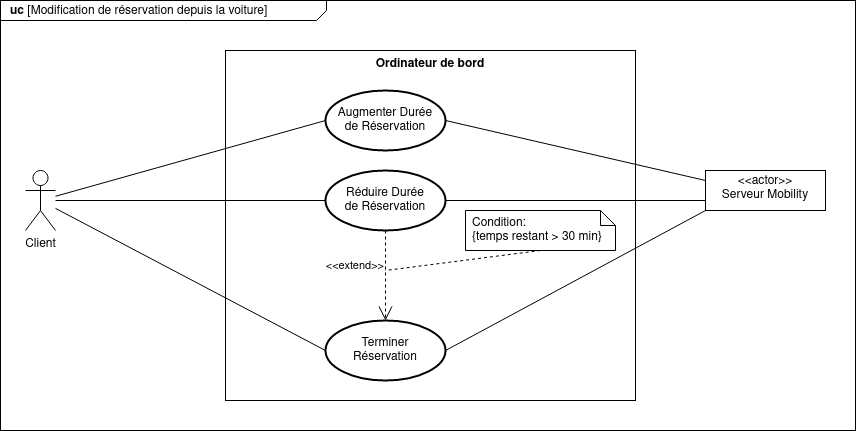
The draw.io diagram diagrammes/uc-modifier_reservation.png in Dalker/ISI-mobility, before a commit. Source tidied: cells renumbered, new cells last; positions are measured from the earlier drawing's top-left corner, leaving out a move shared by most shapes.
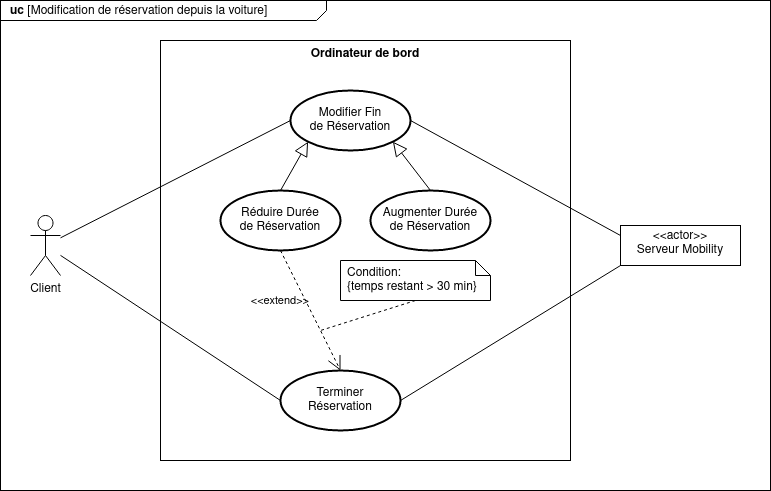
After the commit.

The edit, as a diff of the source:
```diff
@@ -3,56 +3,57 @@
     <mxCell id="0" />
     <mxCell id="1" parent="0" />
     <mxCell id="2" value="&lt;p style=&quot;margin: 0px ; margin-top: 4px ; margin-left: 10px ; text-align: left&quot;&gt;&lt;b&gt;uc &lt;/b&gt;[Modification de réservation depuis la voiture]&lt;/p&gt;" style="html=1;shape=mxgraph.sysml.package;xSize=90;align=left;spacingLeft=10;overflow=fill;strokeWidth=1;labelX=326;" parent="1" vertex="1">
-      <mxGeometry width="855" height="430" as="geometry" />
+      <mxGeometry x="65" y="-60" width="770" height="490" as="geometry" />
     </mxCell>
     <mxCell id="3" value="Ordinateur de bord" style="shape=rect;html=1;verticalAlign=top;fontStyle=1;whiteSpace=wrap;align=center;" parent="1" vertex="1">
-      <mxGeometry x="225" y="50" width="410" height="350" as="geometry" />
+      <mxGeometry x="225" y="-20" width="410" height="420" as="geometry" />
     </mxCell>
     <mxCell id="4" value="&lt;div&gt;Client&lt;/div&gt;" style="shape=umlActor;html=1;verticalLabelPosition=bottom;verticalAlign=top;align=center;" parent="1" vertex="1">
-      <mxGeometry x="25" y="170" width="30" height="60" as="geometry" />
+      <mxGeometry x="95" y="155" width="30" height="60" as="geometry" />
     </mxCell>
     <mxCell id="5" style="edgeStyle=none;html=1;endArrow=none;verticalAlign=bottom;entryX=0;entryY=0.5;entryDx=0;entryDy=0;" parent="1" edge="1" source="4" target="6">
       <mxGeometry relative="1" as="geometry" />
     </mxCell>
-    <mxCell id="6" value="&lt;div&gt;Augmenter Durée&lt;br&gt;&lt;/div&gt;&lt;div&gt;de Réservation&lt;br&gt;&lt;/div&gt;" style="shape=ellipse;html=1;strokeWidth=2;fontStyle=0;whiteSpace=wrap;align=center;perimeter=ellipsePerimeter;" parent="1" vertex="1">
-      <mxGeometry x="325" y="90" width="120" height="60" as="geometry" />
+    <mxCell id="6" value="&lt;div&gt;Modifier Fin&lt;/div&gt;&lt;div&gt;de Réservation&lt;br&gt;&lt;/div&gt;" style="shape=ellipse;html=1;strokeWidth=2;fontStyle=0;whiteSpace=wrap;align=center;perimeter=ellipsePerimeter;" parent="1" vertex="1">
+      <mxGeometry x="355" y="30" width="120" height="60" as="geometry" />
     </mxCell>
     <mxCell id="7" value="&lt;div&gt;Réduire Durée&lt;/div&gt;&lt;div&gt;de Réservation&lt;br&gt;&lt;/div&gt;" style="shape=ellipse;html=1;strokeWidth=2;fontStyle=0;whiteSpace=wrap;align=center;perimeter=ellipsePerimeter;" parent="1" vertex="1">
-      <mxGeometry x="325" y="170" width="120" height="60" as="geometry" />
+      <mxGeometry x="285" y="130" width="120" height="60" as="geometry" />
     </mxCell>
     <mxCell id="8" value="&lt;div&gt;Terminer&lt;/div&gt;&lt;div&gt;Réservation&lt;br&gt;&lt;/div&gt;" style="shape=ellipse;html=1;strokeWidth=2;fontStyle=0;whiteSpace=wrap;align=center;perimeter=ellipsePerimeter;" parent="1" vertex="1">
-      <mxGeometry x="325" y="320" width="120" height="60" as="geometry" />
+      <mxGeometry x="345" y="310" width="120" height="60" as="geometry" />
     </mxCell>
-    <mxCell id="9" style="edgeStyle=none;html=1;endArrow=none;verticalAlign=bottom;entryX=0;entryY=0.5;entryDx=0;entryDy=0;" parent="1" edge="1" source="4" target="7">
+    <mxCell id="9" style="edgeStyle=none;html=1;endArrow=none;verticalAlign=bottom;entryX=0;entryY=0.5;entryDx=0;entryDy=0;" parent="1" edge="1" source="4" target="8">
       <mxGeometry relative="1" as="geometry" />
     </mxCell>
-    <mxCell id="10" style="edgeStyle=none;html=1;endArrow=none;verticalAlign=bottom;entryX=0;entryY=0.5;entryDx=0;entryDy=0;" parent="1" edge="1" source="4" target="8">
-      <mxGeometry relative="1" as="geometry" />
+    <mxCell id="10" value="Condition: &#10;{temps restant &gt; 30 min}" style="shape=note;size=15;spacingLeft=5;align=left;whiteSpace=wrap;" parent="1" vertex="1">
+      <mxGeometry x="405" y="200" width="150" height="40" as="geometry" />
     </mxCell>
-    <mxCell id="11" value="Condition: &#10;{temps restant &gt; 30 min}" style="shape=note;size=15;spacingLeft=5;align=left;whiteSpace=wrap;" parent="1" vertex="1">
-      <mxGeometry x="465" y="210" width="150" height="40" as="geometry" />
+    <mxCell id="11" value="&amp;lt;&amp;lt;extend&amp;gt;&amp;gt;" style="align=right;html=1;verticalAlign=bottom;rounded=0;labelBackgroundColor=none;endArrow=open;endSize=12;dashed=1;entryX=0.5;entryY=0;entryDx=0;entryDy=0;exitX=0.5;exitY=1;exitDx=0;exitDy=0;" parent="1" edge="1" source="7" target="8">
+      <mxGeometry relative="1" as="geometry" />
     </mxCell>
-    <mxCell id="12" value="&amp;lt;&amp;lt;extend&amp;gt;&amp;gt;" style="align=right;html=1;verticalAlign=bottom;rounded=0;labelBackgroundColor=none;endArrow=open;endSize=12;dashed=1;entryX=0.5;entryY=0;entryDx=0;entryDy=0;" parent="1" edge="1" target="8">
+    <mxCell id="12" style="edgeStyle=none;html=1;endArrow=none;rounded=0;labelBackgroundColor=none;dashed=1;exitX=0.5;exitY=1;" parent="1" edge="1" source="10">
       <mxGeometry relative="1" as="geometry">
-        <mxPoint x="385" y="230" as="sourcePoint" />
+        <mxPoint x="385" y="270" as="targetPoint" />
       </mxGeometry>
     </mxCell>
-    <mxCell id="13" style="edgeStyle=none;html=1;endArrow=none;rounded=0;labelBackgroundColor=none;dashed=1;exitX=0.5;exitY=1;" parent="1" edge="1" source="11">
-      <mxGeometry relative="1" as="geometry">
-        <mxPoint x="385" y="270" as="targetPoint" />
-      </mxGeometry>
+    <mxCell id="13" value="&lt;p style=&quot;margin: 0px ; margin-top: 4px ; text-align: center&quot;&gt;&amp;lt;&amp;lt;actor&amp;gt;&amp;gt;&lt;br&gt;Serveur Mobility&lt;/p&gt;" style="shape=rect;html=1;overflow=fill;html=1;whiteSpace=wrap;align=center;" parent="1" vertex="1">
+      <mxGeometry x="685" y="165" width="120" height="40" as="geometry" />
     </mxCell>
-    <mxCell id="14" value="&lt;p style=&quot;margin: 0px ; margin-top: 4px ; text-align: center&quot;&gt;&amp;lt;&amp;lt;actor&amp;gt;&amp;gt;&lt;br&gt;Serveur Mobility&lt;/p&gt;" style="shape=rect;html=1;overflow=fill;html=1;whiteSpace=wrap;align=center;" parent="1" vertex="1">
-      <mxGeometry x="705" y="170" width="120" height="40" as="geometry" />
+    <mxCell id="14" style="edgeStyle=none;html=1;endArrow=none;verticalAlign=bottom;entryX=0;entryY=0.25;entryDx=0;entryDy=0;exitX=1;exitY=0.5;exitDx=0;exitDy=0;" parent="1" edge="1" source="6" target="13">
+      <mxGeometry relative="1" as="geometry" />
     </mxCell>
-    <mxCell id="15" style="edgeStyle=none;html=1;endArrow=none;verticalAlign=bottom;entryX=0;entryY=0.25;entryDx=0;entryDy=0;exitX=1;exitY=0.5;exitDx=0;exitDy=0;" parent="1" edge="1" source="6" target="14">
+    <mxCell id="15" style="edgeStyle=none;html=1;endArrow=none;verticalAlign=bottom;entryX=0;entryY=1;entryDx=0;entryDy=0;exitX=1;exitY=0.5;exitDx=0;exitDy=0;" parent="1" edge="1" source="8" target="13">
       <mxGeometry relative="1" as="geometry" />
     </mxCell>
-    <mxCell id="16" style="edgeStyle=none;html=1;endArrow=none;verticalAlign=bottom;exitX=1;exitY=0.5;exitDx=0;exitDy=0;entryX=0;entryY=0.75;entryDx=0;entryDy=0;" parent="1" edge="1" source="7" target="14">
-      <mxGeometry relative="1" as="geometry" />
+    <mxCell id="16" value="&lt;div&gt;Augmenter Durée&lt;br&gt;&lt;/div&gt;&lt;div&gt;de Réservation&lt;br&gt;&lt;/div&gt;" style="shape=ellipse;html=1;strokeWidth=2;fontStyle=0;whiteSpace=wrap;align=center;perimeter=ellipsePerimeter;" parent="1" vertex="1">
+      <mxGeometry x="435" y="130" width="120" height="60" as="geometry" />
     </mxCell>
-    <mxCell id="17" style="edgeStyle=none;html=1;endArrow=none;verticalAlign=bottom;entryX=0;entryY=1;entryDx=0;entryDy=0;exitX=1;exitY=0.5;exitDx=0;exitDy=0;" parent="1" edge="1" source="8" target="14">
+    <mxCell id="17" style="edgeStyle=none;html=1;endArrow=block;endFill=0;endSize=12;verticalAlign=bottom;entryX=0;entryY=1;entryDx=0;entryDy=0;exitX=0.5;exitY=0;exitDx=0;exitDy=0;" parent="1" edge="1" source="7" target="6">
       <mxGeometry relative="1" as="geometry" />
     </mxCell>
+    <mxCell id="18" style="edgeStyle=none;html=1;endArrow=block;endFill=0;endSize=12;verticalAlign=bottom;entryX=1;entryY=1;entryDx=0;entryDy=0;exitX=0.5;exitY=0;exitDx=0;exitDy=0;" parent="1" edge="1" source="16" target="6">
+      <mxGeometry relative="1" as="geometry" />
+    </mxCell>
   </root>
 </mxGraphModel>
```
